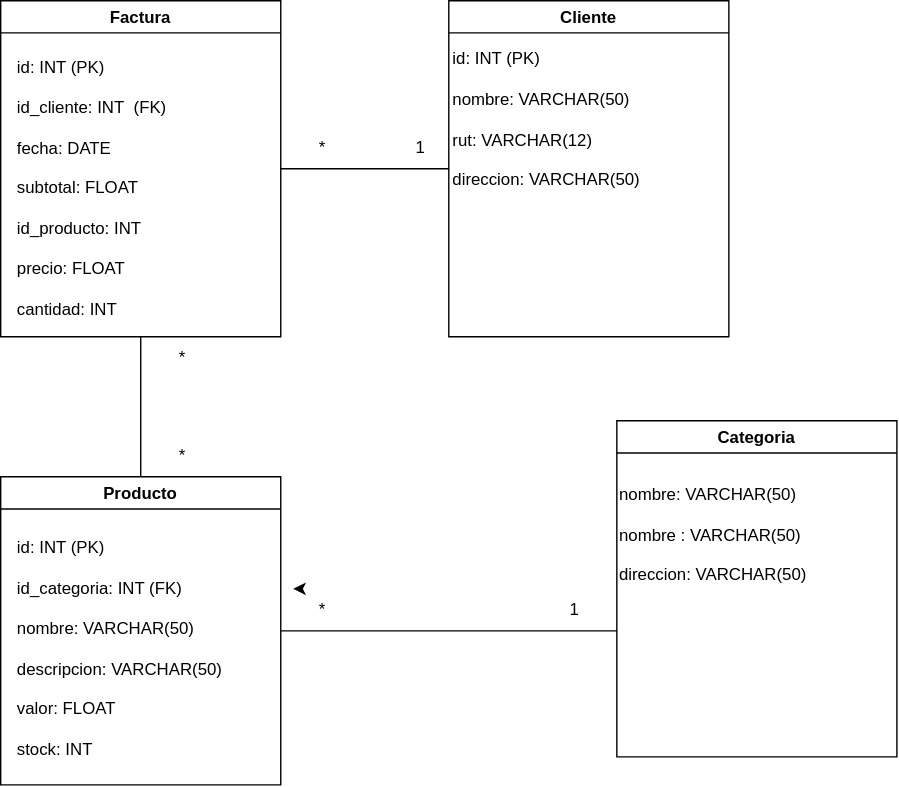
Above: Modelo_Fisico_LTG.drawio.svg in latiscool/Tienda-Electronica---LTG (draw.io), before the change. Source tidied: cells renumbered, new cells last; positions are measured from the earlier drawing's top-left corner, leaving out a move shared by most shapes.
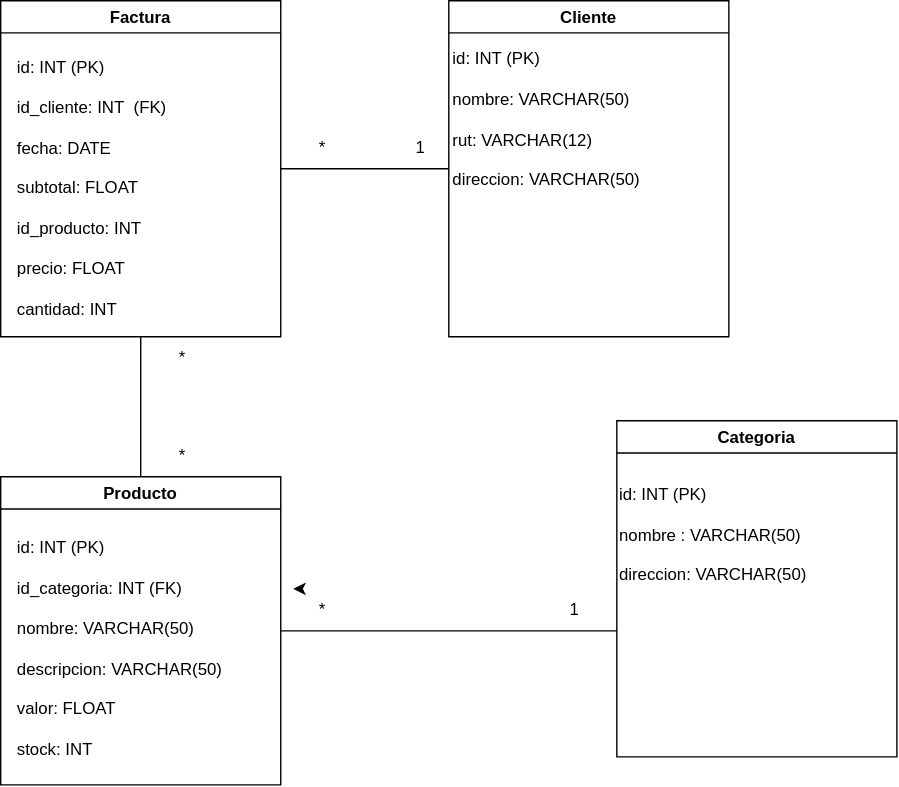
The same file after the commit.

Diff of the diagram source:
```diff
@@ -43,7 +43,7 @@
     <mxCell id="14" value="Categoria" style="swimlane;" parent="1" vertex="1">
       <mxGeometry x="440" y="300" width="200" height="240" as="geometry" />
     </mxCell>
-    <mxCell id="15" value="&amp;nbsp; &amp;nbsp; &amp;nbsp; &amp;nbsp; &amp;nbsp; &amp;nbsp;&lt;br&gt;nombre: VARCHAR(50)&lt;br&gt;&lt;br&gt;nombre : VARCHAR(50)&lt;br&gt;&lt;br&gt;direccion: VARCHAR(50)" style="text;html=1;strokeColor=none;fillColor=none;align=left;verticalAlign=middle;whiteSpace=wrap;rounded=0;" parent="14" vertex="1">
+    <mxCell id="15" value="&amp;nbsp; &amp;nbsp; &amp;nbsp; &amp;nbsp; &amp;nbsp; &amp;nbsp;&lt;br&gt;id: INT (PK)&lt;br&gt;&lt;br&gt;nombre : VARCHAR(50)&lt;br&gt;&lt;br&gt;direccion: VARCHAR(50)" style="text;html=1;strokeColor=none;fillColor=none;align=left;verticalAlign=middle;whiteSpace=wrap;rounded=0;" parent="14" vertex="1">
       <mxGeometry y="28.5" width="149" height="91.5" as="geometry" />
     </mxCell>
     <mxCell id="16" value="*" style="text;html=1;strokeColor=none;fillColor=none;align=center;verticalAlign=middle;whiteSpace=wrap;rounded=0;" parent="1" vertex="1">
```
